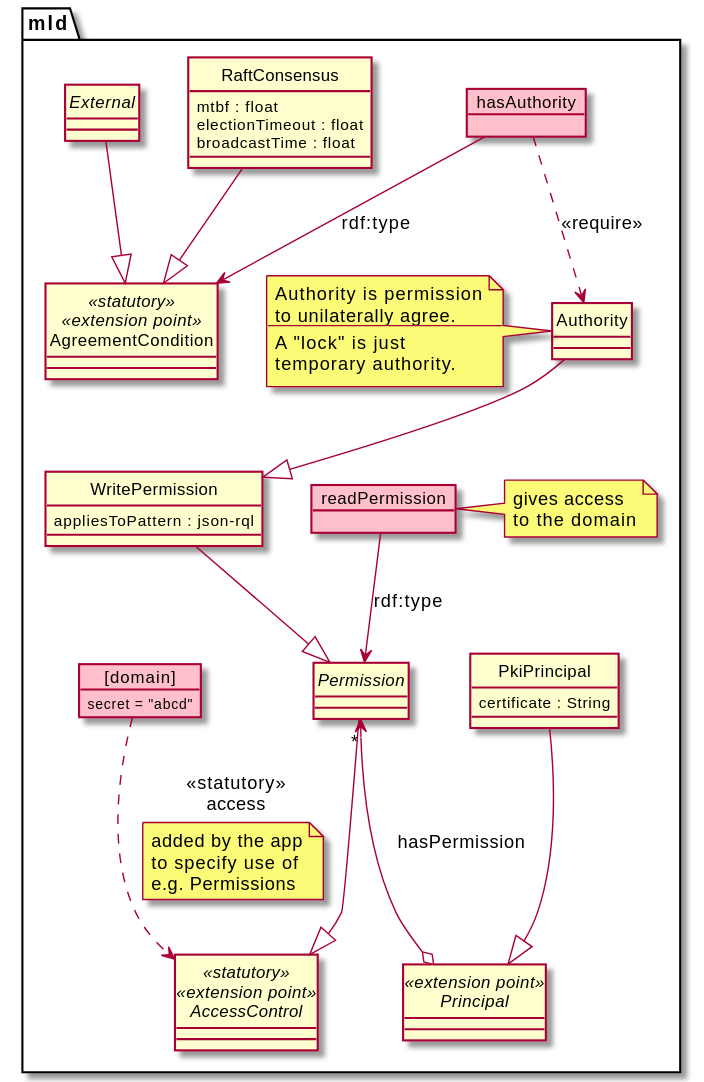
Above: design/img/agreement.class.svg in m-ld/m-ld-security-spec (PlantUML), before the change.
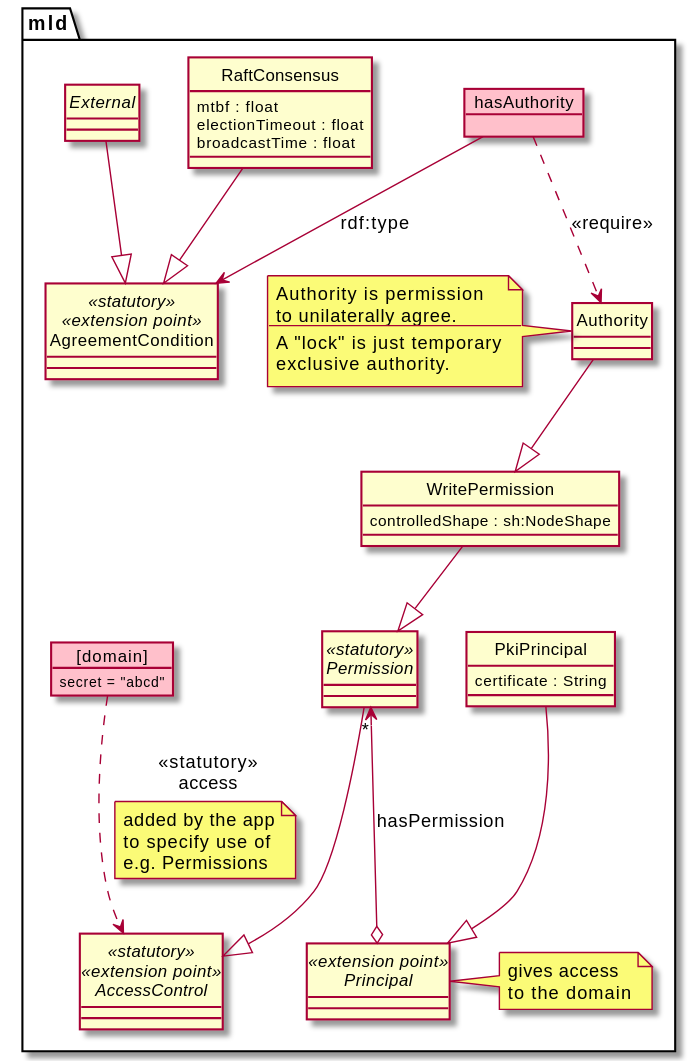
Above is the later version.

Change to the diagram source:
```diff
@@ -10,6 +10,10 @@
 class AgreementCondition <<statutory>> <<extension point>>
 
 abstract class Principal <<extension point>>
+note right
+gives access
+to the domain
+end note
 class PkiPrincipal {
   certificate : String
 }
@@ -20,29 +24,22 @@
 Authority is permission
 to unilaterally agree.
 ---
-A "lock" is just
-temporary authority.
+A "lock" is just temporary
+exclusive authority.
 end note
 object hasAuthority
 hasAuthority --> AgreementCondition : rdf:type
 hasAuthority ..> Authority : <<require>>
 Permission "*" <--o Principal : hasPermission
 
-abstract class Permission
+abstract class Permission <<statutory>>
 Permission --|> AccessControl
 
 class WritePermission {
-  appliesToPattern : json-rql
+  controlledShape : sh:NodeShape
 }
 Authority --|> WritePermission
 WritePermission --|> Permission
-
-object readPermission
-note right
-gives access
-to the domain
-end note
-readPermission --> Permission : rdf:type
 
 class RaftConsensus {
   mtbf : float
```
